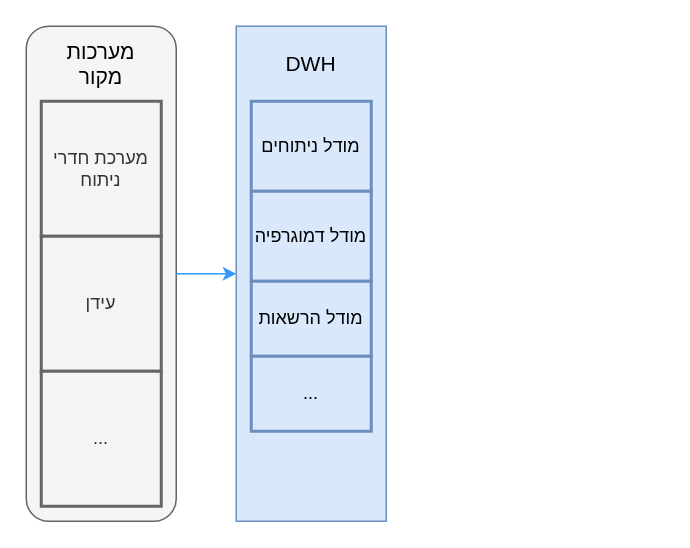
Before: proms_architecture.drawio in itaybaran/drawing, a draw.io diagram. Source tidied: cells renumbered, new cells numbered last; positions are measured from the earlier drawing's top-left corner, leaving out a move shared by most shapes. Both pictures are drawn from the tidied source at 150%, with x=0, y=0 at pixel (26, 26).
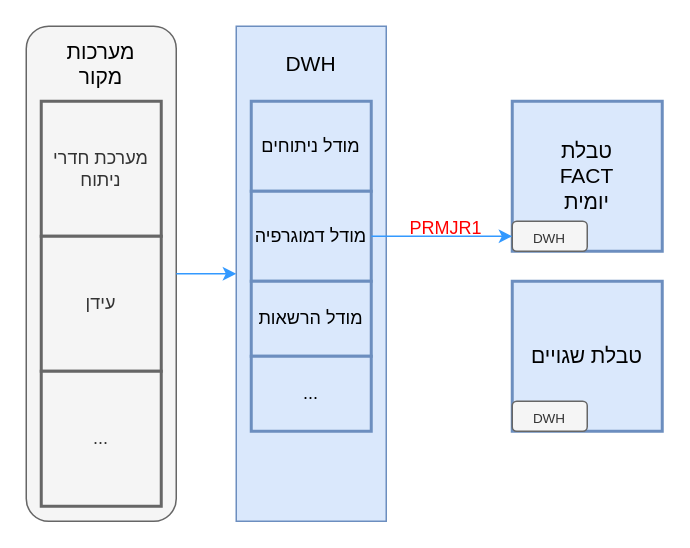
The same page after the edit.

The change refers to these unchanged cells:
```xml
<mxCell id="10" value="מודל דמוגרפיה" style="rounded=0;whiteSpace=wrap;html=1;fillColor=#dae8fc;strokeColor=#6c8ebf;strokeWidth=2;" parent="8" vertex="1">
  <mxGeometry x="10" y="110" width="80" height="60" as="geometry" />
</mxCell>
```

Change to the diagram source:
```diff
@@
+    <mxCell id="15" style="group;" parent="1" vertex="1">
+      <mxGeometry x="324" y="50" width="100" height="220" as="geometry" />
+    </mxCell>
+    <mxCell id="16" value="טבלת&lt;br&gt;FACT&lt;br&gt;יומית" style="whiteSpace=wrap;html=1;strokeWidth=2;fontSize=14;fillColor=#dae8fc;strokeColor=#6c8ebf;" parent="15" vertex="1">
+      <mxGeometry width="100" height="100" as="geometry" />
+    </mxCell>
+    <mxCell id="17" value="טבלת שגויים" style="whiteSpace=wrap;html=1;strokeWidth=2;fontSize=14;fillColor=#dae8fc;strokeColor=#6c8ebf;" parent="15" vertex="1">
+      <mxGeometry y="120" width="100" height="100" as="geometry" />
+    </mxCell>
+    <mxCell id="18" value="&lt;font style=&quot;font-size: 9px;&quot;&gt;DWH&lt;/font&gt;" style="rounded=1;whiteSpace=wrap;html=1;strokeWidth=1;fontSize=14;fillColor=#f5f5f5;fontColor=#333333;strokeColor=#666666;" parent="15" vertex="1">
+      <mxGeometry y="80" width="50" height="20" as="geometry" />
+    </mxCell>
+    <mxCell id="19" value="&lt;font style=&quot;font-size: 9px;&quot;&gt;DWH&lt;/font&gt;" style="rounded=1;whiteSpace=wrap;html=1;strokeWidth=1;fontSize=14;fillColor=#f5f5f5;fontColor=#333333;strokeColor=#666666;" parent="15" vertex="1">
+      <mxGeometry y="200" width="50" height="20" as="geometry" />
+    </mxCell>
+    <mxCell id="20" style="edgeStyle=orthogonalEdgeStyle;rounded=0;jettySize=auto;html=1;strokeColor=#3399FF;fontSize=9;" parent="1" edge="1" source="10" target="18">
+      <mxGeometry relative="1" as="geometry" />
+    </mxCell>
+    <mxCell id="21" value="&lt;font color=&quot;#ff0000&quot; style=&quot;font-size: 12px;&quot;&gt;PRMJR1&lt;/font&gt;" style="text;html=1;strokeColor=none;fillColor=none;align=center;verticalAlign=middle;whiteSpace=wrap;rounded=0;fontSize=9;" parent="1" vertex="1">
+      <mxGeometry x="250" y="120" width="60" height="30" as="geometry" />
+    </mxCell>
```
